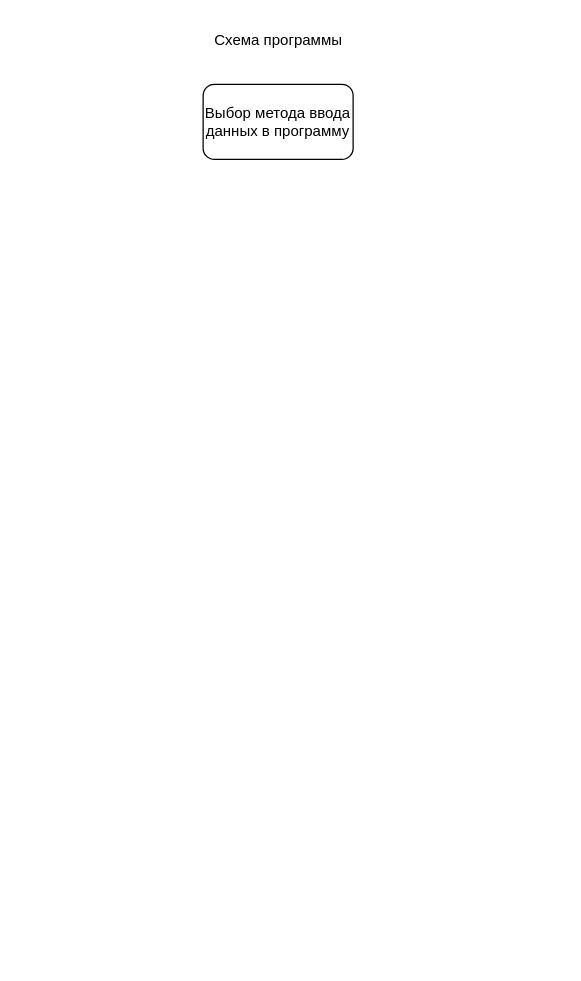
Earlier version of the draw.io diagram schema.drawio (musicboy17/24_04_2023_Kontrolnaya). Source tidied: cells renumbered, new cells numbered last; positions are measured from the earlier drawing's top-left corner, leaving out a move shared by most shapes. Both pictures are drawn from the tidied source at 125%, with x=0, y=0 at pixel (196, 21).
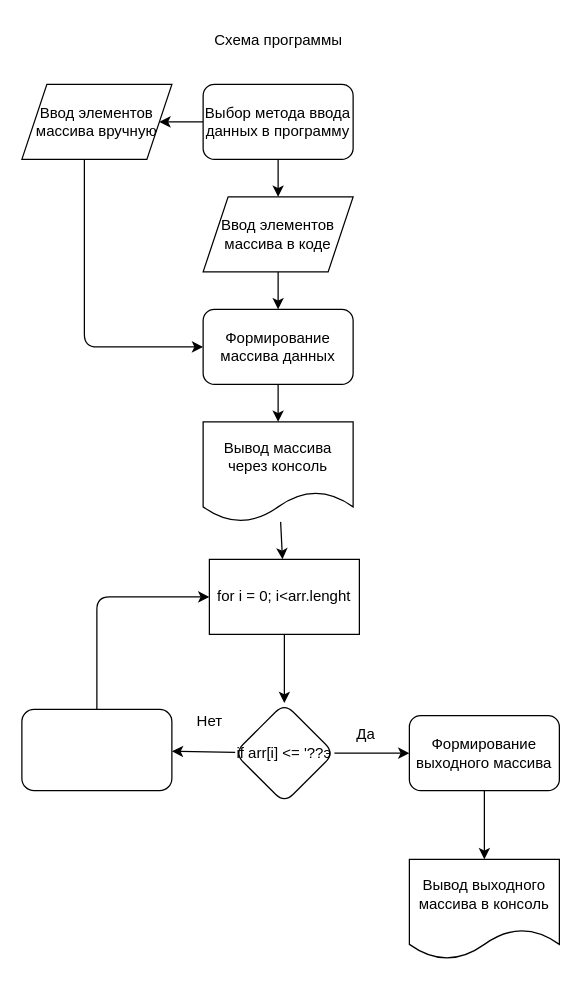
Above is the later version.

Unchanged cells that the change refers to:
```xml
<mxCell id="3" value="Выбор метода ввода данных в программу" style="rounded=1;whiteSpace=wrap;html=1;" parent="1" vertex="1">
  <mxGeometry x="5" y="50" width="120" height="60" as="geometry" />
</mxCell>
```

Change to the diagram source:
```diff
@@
+    <mxCell id="4" style="edgeStyle=none;html=1;" parent="1" edge="1" source="3">
+      <mxGeometry relative="1" as="geometry">
+        <mxPoint x="-30" y="80" as="targetPoint" />
+      </mxGeometry>
+    </mxCell>
+    <mxCell id="5" style="edgeStyle=none;html=1;" parent="1" edge="1" source="3" target="15">
+      <mxGeometry relative="1" as="geometry" />
+    </mxCell>
@@
+    <mxCell id="6" style="edgeStyle=none;html=1;exitX=0.5;exitY=1;exitDx=0;exitDy=0;entryX=0;entryY=0.5;entryDx=0;entryDy=0;" parent="1" edge="1" target="8">
+      <mxGeometry relative="1" as="geometry">
+        <mxPoint x="-90" y="110" as="sourcePoint" />
+        <Array as="points">
+          <mxPoint x="-90" y="260" />
+        </Array>
+      </mxGeometry>
+    </mxCell>
+    <mxCell id="7" style="edgeStyle=none;html=1;" parent="1" edge="1" source="8" target="10">
+      <mxGeometry relative="1" as="geometry" />
+    </mxCell>
+    <mxCell id="8" value="Формирование массива данных" style="whiteSpace=wrap;html=1;rounded=1;" parent="1" vertex="1">
+      <mxGeometry x="5" y="230" width="120" height="60" as="geometry" />
+    </mxCell>
+    <mxCell id="9" style="edgeStyle=none;html=1;" parent="1" edge="1" source="10" target="21">
+      <mxGeometry relative="1" as="geometry" />
+    </mxCell>
+    <mxCell id="10" value="Вывод массива через консоль" style="shape=document;whiteSpace=wrap;html=1;boundedLbl=1;rounded=1;" parent="1" vertex="1">
+      <mxGeometry x="5" y="320" width="120" height="80" as="geometry" />
+    </mxCell>
+    <mxCell id="11" style="edgeStyle=none;html=1;" parent="1" edge="1" source="13" target="18">
+      <mxGeometry relative="1" as="geometry">
+        <Array as="points">
+          <mxPoint x="130" y="585" />
+        </Array>
+      </mxGeometry>
+    </mxCell>
+    <mxCell id="12" style="edgeStyle=none;html=1;" parent="1" edge="1" source="13" target="24">
+      <mxGeometry relative="1" as="geometry" />
+    </mxCell>
+    <mxCell id="13" value="if arr[i] &amp;lt;= '??э" style="rhombus;whiteSpace=wrap;html=1;rounded=1;" parent="1" vertex="1">
+      <mxGeometry x="30" y="545" width="80" height="80" as="geometry" />
+    </mxCell>
+    <mxCell id="14" style="edgeStyle=none;html=1;" parent="1" edge="1" source="15" target="8">
+      <mxGeometry relative="1" as="geometry" />
+    </mxCell>
+    <mxCell id="15" value="Ввод элементов массива в коде" style="shape=parallelogram;perimeter=parallelogramPerimeter;whiteSpace=wrap;html=1;fixedSize=1;" parent="1" vertex="1">
+      <mxGeometry x="5" y="140" width="120" height="60" as="geometry" />
+    </mxCell>
+    <mxCell id="16" value="Ввод элементов массива вручную" style="shape=parallelogram;perimeter=parallelogramPerimeter;whiteSpace=wrap;html=1;fixedSize=1;" parent="1" vertex="1">
+      <mxGeometry x="-140" y="50" width="120" height="60" as="geometry" />
+    </mxCell>
+    <mxCell id="17" style="edgeStyle=none;html=1;" parent="1" edge="1" source="18" target="22">
+      <mxGeometry relative="1" as="geometry" />
+    </mxCell>
+    <mxCell id="18" value="Формирование выходного массива" style="whiteSpace=wrap;html=1;rounded=1;" parent="1" vertex="1">
+      <mxGeometry x="170" y="555" width="120" height="60" as="geometry" />
+    </mxCell>
+    <mxCell id="19" value="Да" style="text;html=1;align=center;verticalAlign=middle;strokeColor=none;fillColor=none;" parent="1" vertex="1">
+      <mxGeometry x="115" y="555" width="40" height="30" as="geometry" />
+    </mxCell>
+    <mxCell id="20" style="edgeStyle=none;html=1;" parent="1" edge="1" source="21" target="13">
+      <mxGeometry relative="1" as="geometry" />
+    </mxCell>
+    <mxCell id="21" value="for i = 0; i&amp;lt;arr.lenght" style="whiteSpace=wrap;html=1;" parent="1" vertex="1">
+      <mxGeometry x="10" y="430" width="120" height="60" as="geometry" />
+    </mxCell>
+    <mxCell id="22" value="Вывод выходного массива в консоль" style="shape=document;whiteSpace=wrap;html=1;boundedLbl=1;" parent="1" vertex="1">
+      <mxGeometry x="170" y="670" width="120" height="80" as="geometry" />
+    </mxCell>
+    <mxCell id="23" style="edgeStyle=none;html=1;exitX=0.5;exitY=0;exitDx=0;exitDy=0;entryX=0;entryY=0.5;entryDx=0;entryDy=0;" parent="1" edge="1" source="24" target="21">
+      <mxGeometry relative="1" as="geometry">
+        <Array as="points">
+          <mxPoint x="-80" y="460" />
+        </Array>
+      </mxGeometry>
+    </mxCell>
+    <mxCell id="24" style="whiteSpace=wrap;html=1;rounded=1;" parent="1" vertex="1">
+      <mxGeometry x="-140" y="550" width="120" height="65" as="geometry" />
+    </mxCell>
+    <mxCell id="25" value="Нет" style="text;html=1;align=center;verticalAlign=middle;strokeColor=none;fillColor=none;" parent="1" vertex="1">
+      <mxGeometry x="-10" y="545" width="40" height="30" as="geometry" />
+    </mxCell>
```
